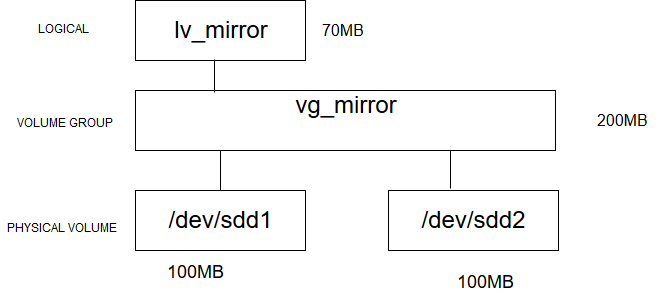
nthung98/Tong_Hop_Note keeps this draw.io diagram as Linux/LVM/img/LV_13.png. Above is the earlier version. Source tidied: cells renumbered, new cells last; positions are measured from the earlier drawing's top-left corner, leaving out a move shared by most shapes.
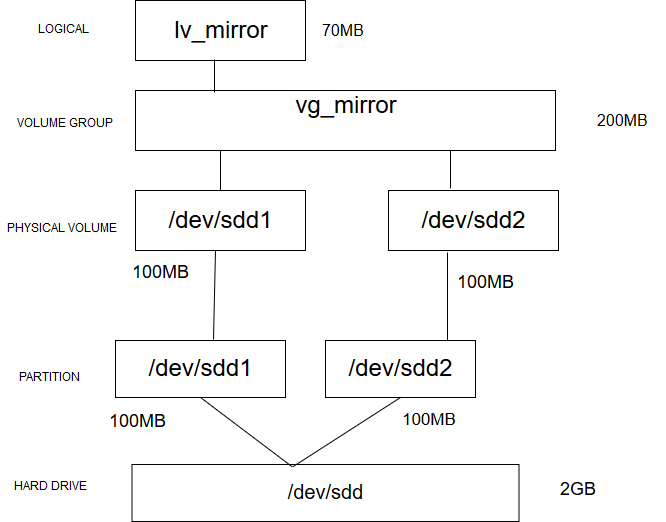
The same file after the commit.

Diff of the diagram source:
```diff
@@ -12,7 +12,7 @@
       <mxGeometry x="135" y="190" width="170" height="60" as="geometry" />
     </mxCell>
     <mxCell id="5" value="&lt;font style=&quot;font-size: 18px&quot;&gt;100MB&lt;/font&gt;" style="text;html=1;align=left;verticalAlign=top;spacingTop=-4;direction=south;" parent="1" vertex="1">
-      <mxGeometry x="165" y="260" width="70" height="20" as="geometry" />
+      <mxGeometry x="130" y="260" width="70" height="20" as="geometry" />
     </mxCell>
     <mxCell id="6" value="&lt;font style=&quot;font-size: 16px&quot;&gt;70MB&lt;/font&gt;" style="text;html=1;align=left;verticalAlign=top;spacingTop=-4;" parent="1" vertex="1">
       <mxGeometry x="320" y="20" width="60" height="20" as="geometry" />
@@ -48,5 +48,47 @@
     <mxCell id="15" style="endArrow=none;html=1;entryX=0.75;entryY=1;entryDx=0;entryDy=0;exitX=0.365;exitY=-0.033;exitDx=0;exitDy=0;exitPerimeter=0;" parent="1" edge="1" source="13" target="3">
       <mxGeometry relative="1" as="geometry" />
     </mxCell>
+    <mxCell id="16" value="HARD DRIVE" style="text;html=1;align=left;verticalAlign=top;spacingTop=-4;" parent="1" vertex="1">
+      <mxGeometry x="12" y="477.5" width="90" height="20" as="geometry" />
+    </mxCell>
+    <mxCell id="17" value="PARTITION" style="text;html=1;align=left;verticalAlign=top;spacingTop=-4;" parent="1" vertex="1">
+      <mxGeometry x="17" y="368.5" width="80" height="20" as="geometry" />
+    </mxCell>
+    <mxCell id="18" value="&lt;font style=&quot;font-size: 24px&quot;&gt;/dev/sdd1&lt;/font&gt;" style="rounded=0;whiteSpace=wrap;html=1;" parent="1" vertex="1">
+      <mxGeometry x="115" y="340" width="170" height="57" as="geometry" />
+    </mxCell>
+    <mxCell id="19" value="&lt;font style=&quot;font-size: 20px&quot;&gt;/dev/sdd&lt;/font&gt;" style="rounded=0;whiteSpace=wrap;html=1;" parent="1" vertex="1">
+      <mxGeometry x="131.5" y="464" width="387" height="57" as="geometry" />
+    </mxCell>
+    <mxCell id="20" value="&lt;font style=&quot;font-size: 18px&quot;&gt;100MB&lt;/font&gt;" style="text;html=1;align=left;verticalAlign=top;spacingTop=-4;" parent="1" vertex="1">
+      <mxGeometry x="107" y="408.5" width="70" height="20" as="geometry" />
+    </mxCell>
+    <mxCell id="21" value="&lt;font style=&quot;font-size: 18px&quot;&gt;2GB&lt;/font&gt;" style="text;html=1;" parent="1" vertex="1">
+      <mxGeometry x="558" y="472.5" width="60" height="30" as="geometry" />
+    </mxCell>
+    <mxCell id="22" style="endArrow=none;html=1;entryX=0.5;entryY=1;entryDx=0;entryDy=0;" parent="1" edge="1" target="18">
+      <mxGeometry relative="1" as="geometry">
+        <mxPoint x="292" y="466.5" as="sourcePoint" />
+      </mxGeometry>
+    </mxCell>
+    <mxCell id="23" value="&lt;font style=&quot;font-size: 24px&quot;&gt;/dev/sdd2&lt;/font&gt;" style="rounded=0;whiteSpace=wrap;html=1;" parent="1" vertex="1">
+      <mxGeometry x="325" y="340" width="150" height="57" as="geometry" />
+    </mxCell>
+    <mxCell id="24" style="endArrow=none;html=1;entryX=0.5;entryY=1;entryDx=0;entryDy=0;" parent="1" edge="1" target="23">
+      <mxGeometry relative="1" as="geometry">
+        <mxPoint x="292" y="466.5" as="sourcePoint" />
+      </mxGeometry>
+    </mxCell>
+    <mxCell id="25" value="&lt;font style=&quot;font-size: 17px&quot;&gt;100MB&lt;/font&gt;" style="text;html=1;" parent="1" vertex="1">
+      <mxGeometry x="400" y="403.5" width="60" height="30" as="geometry" />
+    </mxCell>
+    <mxCell id="26" style="endArrow=none;html=1;exitX=0.576;exitY=-0.018;exitDx=0;exitDy=0;exitPerimeter=0;" parent="1" edge="1" source="18">
+      <mxGeometry relative="1" as="geometry">
+        <mxPoint x="215" y="250" as="targetPoint" />
+      </mxGeometry>
+    </mxCell>
+    <mxCell id="27" style="endArrow=none;html=1;entryX=0.347;entryY=1.033;entryDx=0;entryDy=0;entryPerimeter=0;exitX=0.813;exitY=0;exitDx=0;exitDy=0;exitPerimeter=0;" parent="1" edge="1" source="23" target="13">
+      <mxGeometry relative="1" as="geometry" />
+    </mxCell>
   </root>
 </mxGraphModel>
```
